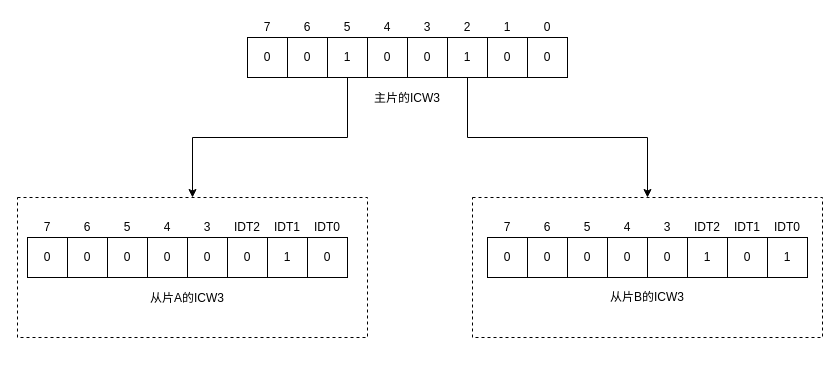
This is page "ICW3寄存器设置" (2 of 2) of Untitled Diagram.drawio from biizheng/buildos, a draw.io file, before an edit. Source tidied: cells renumbered, new cells numbered last; positions are measured from the earlier drawing's top-left corner, leaving out a move shared by most shapes. Both pictures are drawn from the tidied source at 100%, with x=0, y=0 at pixel (17, 17).
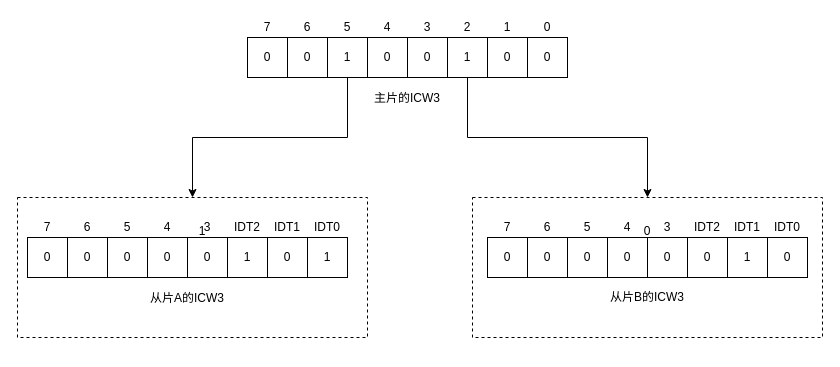
After the change.

Commit message:
从片ICW3示例修改

Unchanged cells that the change refers to:
```xml
<mxCell id="42" style="group;" parent="41" vertex="1">
  <mxGeometry width="320" height="60" as="geometry" />
</mxCell>
```

The edit, as a diff of the source:
```diff
@@
-    <mxCell id="4" style="group;dashed=1;" parent="1" vertex="1">
+    <mxCell id="4" value="1" style="group;dashed=1;" parent="1" vertex="1">
       <mxGeometry x="10" y="200" width="350.1" height="132.5" as="geometry" />
     </mxCell>
@@
-    <mxCell id="10" value="0" style="rounded=0;whiteSpace=wrap;html=1;" parent="4" vertex="1">
+    <mxCell id="10" value="1" style="rounded=0;whiteSpace=wrap;html=1;" parent="4" vertex="1">
       <mxGeometry x="200" y="20" width="40" height="40" as="geometry" />
     </mxCell>
-    <mxCell id="11" value="1" style="rounded=0;whiteSpace=wrap;html=1;" parent="4" vertex="1">
+    <mxCell id="11" value="0" style="rounded=0;whiteSpace=wrap;html=1;" parent="4" vertex="1">
       <mxGeometry x="240" y="20" width="40" height="40" as="geometry" />
     </mxCell>
-    <mxCell id="12" value="0" style="rounded=0;whiteSpace=wrap;html=1;" parent="4" vertex="1">
+    <mxCell id="12" value="1" style="rounded=0;whiteSpace=wrap;html=1;" parent="4" vertex="1">
       <mxGeometry x="280" y="20" width="40" height="40" as="geometry" />
     </mxCell>
@@
-    <mxCell id="41" style="group;" parent="1" vertex="1">
+    <mxCell id="41" value="0" style="group;" parent="1" vertex="1">
       <mxGeometry x="470" y="200" width="320" height="90" as="geometry" />
     </mxCell>
@@
-    <mxCell id="48" value="1" style="rounded=0;whiteSpace=wrap;html=1;" parent="42" vertex="1">
+    <mxCell id="48" value="0" style="rounded=0;whiteSpace=wrap;html=1;" parent="42" vertex="1">
       <mxGeometry x="200" y="20" width="40" height="40" as="geometry" />
     </mxCell>
-    <mxCell id="49" value="0" style="rounded=0;whiteSpace=wrap;html=1;" parent="42" vertex="1">
+    <mxCell id="49" value="1" style="rounded=0;whiteSpace=wrap;html=1;" parent="42" vertex="1">
       <mxGeometry x="240" y="20" width="40" height="40" as="geometry" />
     </mxCell>
-    <mxCell id="50" value="1" style="rounded=0;whiteSpace=wrap;html=1;" parent="42" vertex="1">
+    <mxCell id="50" value="0" style="rounded=0;whiteSpace=wrap;html=1;" parent="42" vertex="1">
       <mxGeometry x="280" y="20" width="40" height="40" as="geometry" />
     </mxCell>
```
